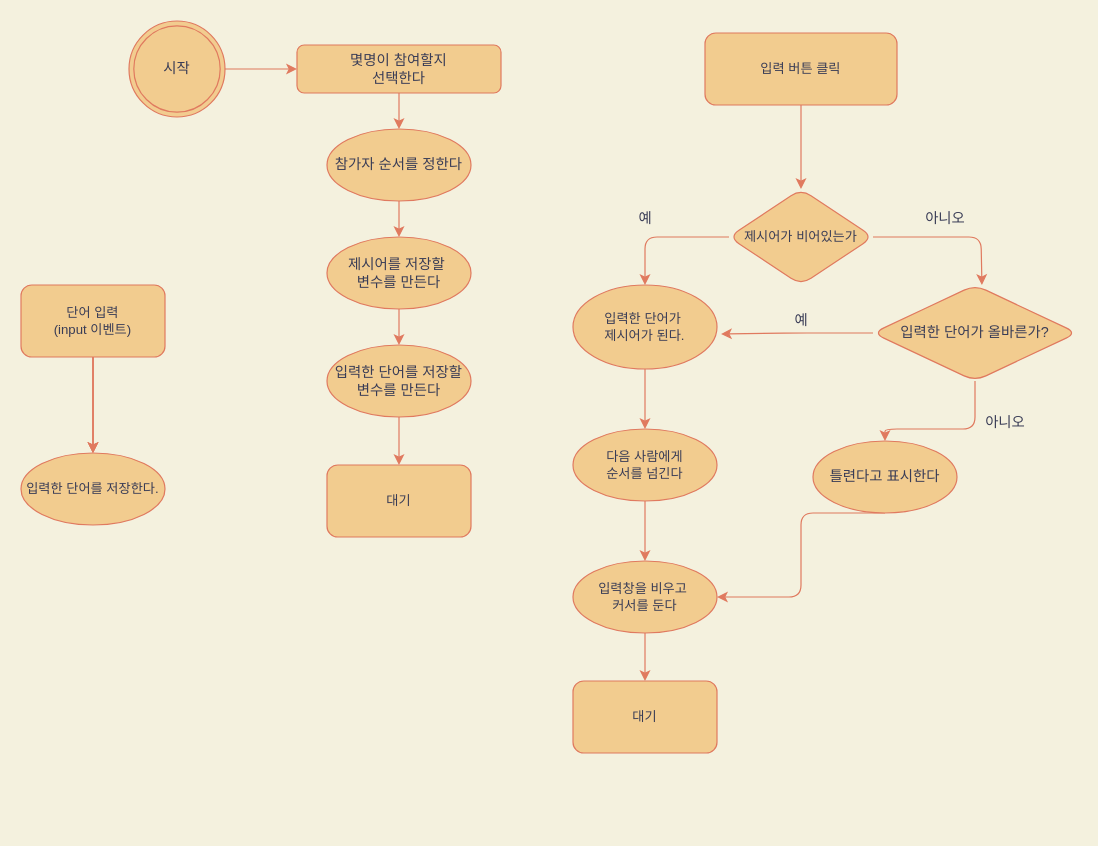
The draw.io diagram 제목 없는 다이어그램.drawio in box3101/subon, before the edit. Source tidied: cells renumbered, new cells numbered last; positions are measured from the earlier drawing's top-left corner, leaving out a move shared by most shapes. Both pictures are drawn from the tidied source at 120%, with x=0, y=0 at pixel (20, 20).
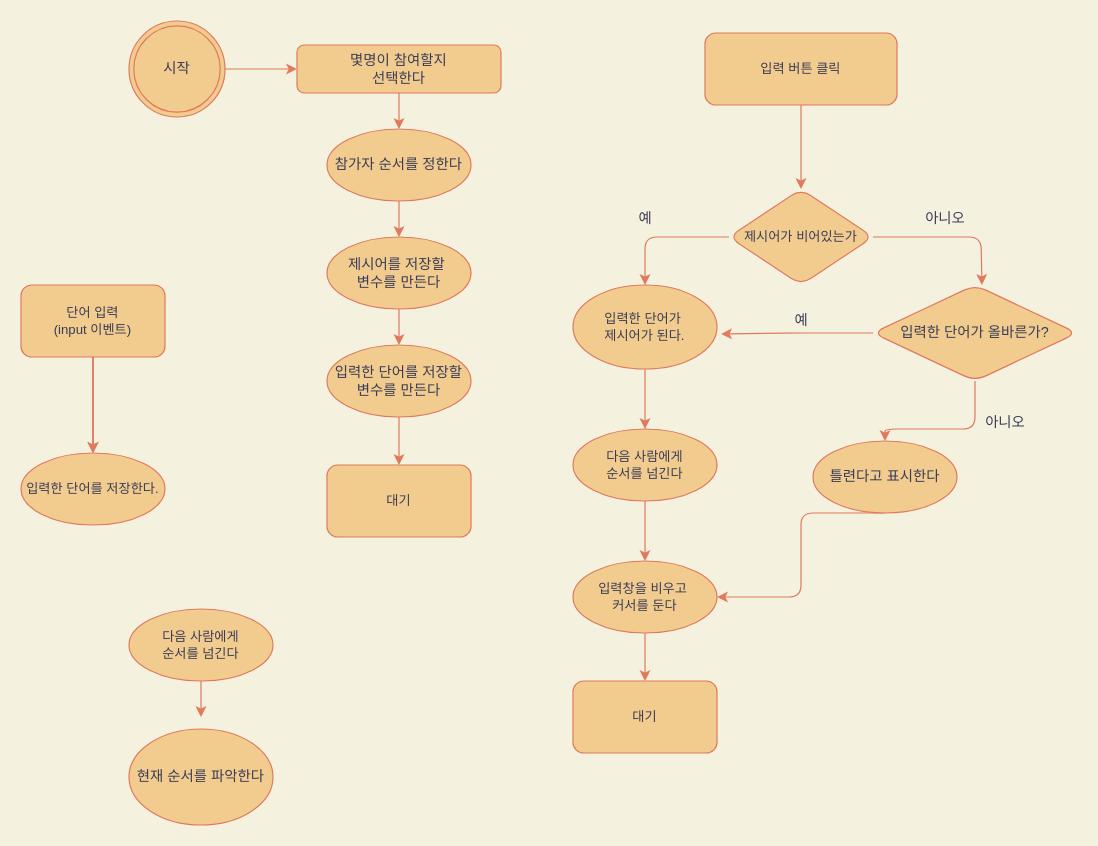
The same page after the edit.

Commit message:
제목 없는 다이어그램.drawio 업데이트

Diff of the diagram source:
```diff
@@
+    <mxCell id="42" style="edgeStyle=elbowEdgeStyle;rounded=1;jettySize=auto;html=1;strokeColor=#E07A5F;fontColor=#393C56;fillColor=#F2CC8F;" parent="1" edge="1" source="43">
+      <mxGeometry relative="1" as="geometry">
+        <mxPoint x="150" y="580" as="targetPoint" />
+      </mxGeometry>
+    </mxCell>
+    <mxCell id="43" value="다음 사람에게 &lt;br&gt;순서를 넘긴다" style="ellipse;whiteSpace=wrap;html=1;fontSize=11;fillColor=#F2CC8F;strokeColor=#E07A5F;fontColor=#393C56;rounded=1;" parent="1" vertex="1">
+      <mxGeometry x="90" y="490" width="120" height="60" as="geometry" />
+    </mxCell>
+    <mxCell id="44" value="현재 순서를 파악한다" style="ellipse;whiteSpace=wrap;html=1;rounded=1;strokeColor=#E07A5F;fontColor=#393C56;fillColor=#F2CC8F;elbow=vertical;" parent="1" vertex="1">
+      <mxGeometry x="90" y="590" width="120" height="80" as="geometry" />
+    </mxCell>
```
